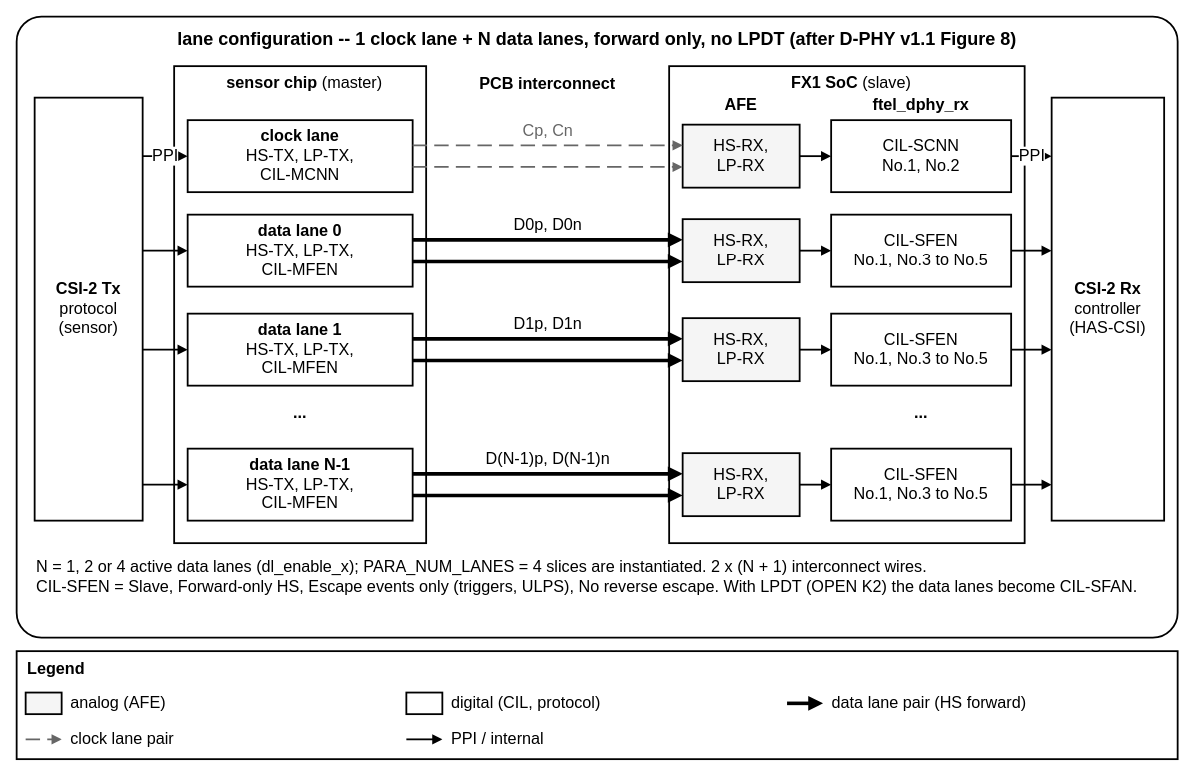
Before: 22fdx/rx/digital/hw/rtl/ip/ftel_dphy_rx/doc/figures/ftel_dphy_rx_lanes.drawio in ftel-cdc/fu3_dphy, a draw.io diagram. Source tidied: cells renumbered, new cells numbered last; positions are measured from the earlier drawing's top-left corner, leaving out a move shared by most shapes. Both pictures are drawn from the tidied source at 90%, with x=0, y=0 at pixel (16, 16).
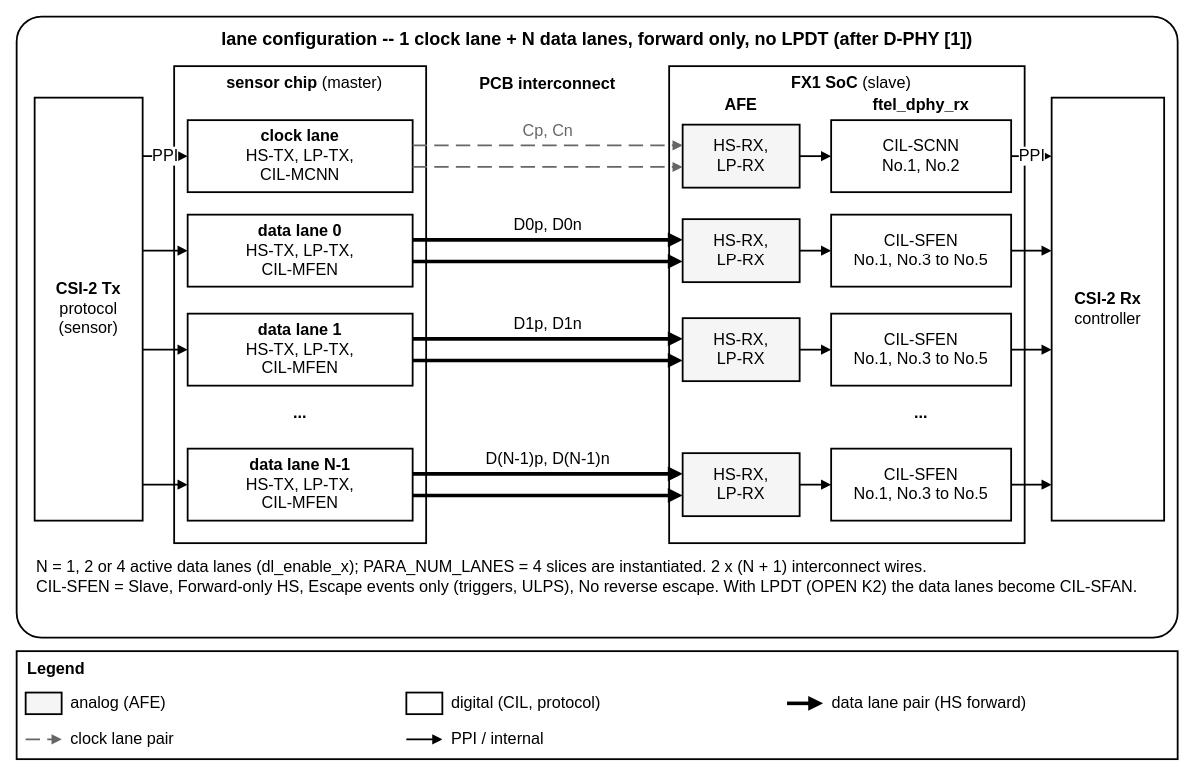
The same page after the edit.

What changed in the source:
```diff
@@
-    <mxCell id="2" value="lane configuration  --  1 clock lane + N data lanes, forward only, no LPDT (after D-PHY v1.1 Figure 8)" style="rounded=1;whiteSpace=wrap;html=1;fontSize=20;fontStyle=1;verticalAlign=top;strokeWidth=2;fillColor=none;arcSize=4;spacingTop=6;" parent="1" vertex="1">
+    <mxCell id="2" value="lane configuration  --  1 clock lane + N data lanes, forward only, no LPDT (after D-PHY [1])" style="rounded=1;whiteSpace=wrap;html=1;fontSize=20;fontStyle=1;verticalAlign=top;strokeWidth=2;fillColor=none;arcSize=4;spacingTop=6;" parent="1" vertex="1">
       <mxGeometry width="1290" height="690" as="geometry" />
     </mxCell>
@@
-    <mxCell id="9" value="&lt;b&gt;CSI-2 Rx&lt;/b&gt;&lt;br&gt;controller&lt;br&gt;(HAS-CSI)" style="rounded=0;whiteSpace=wrap;html=1;fontSize=18;strokeWidth=2;fillColor=#FFFFFF;align=center;verticalAlign=middle;spacing=4;" parent="1" vertex="1">
+    <mxCell id="9" value="&lt;b&gt;CSI-2 Rx&lt;/b&gt;&lt;br&gt;controller" style="rounded=0;whiteSpace=wrap;html=1;fontSize=18;strokeWidth=2;fillColor=#FFFFFF;align=center;verticalAlign=middle;spacing=4;" parent="1" vertex="1">
       <mxGeometry x="1150" y="90" width="125" height="470" as="geometry" />
     </mxCell>
```
